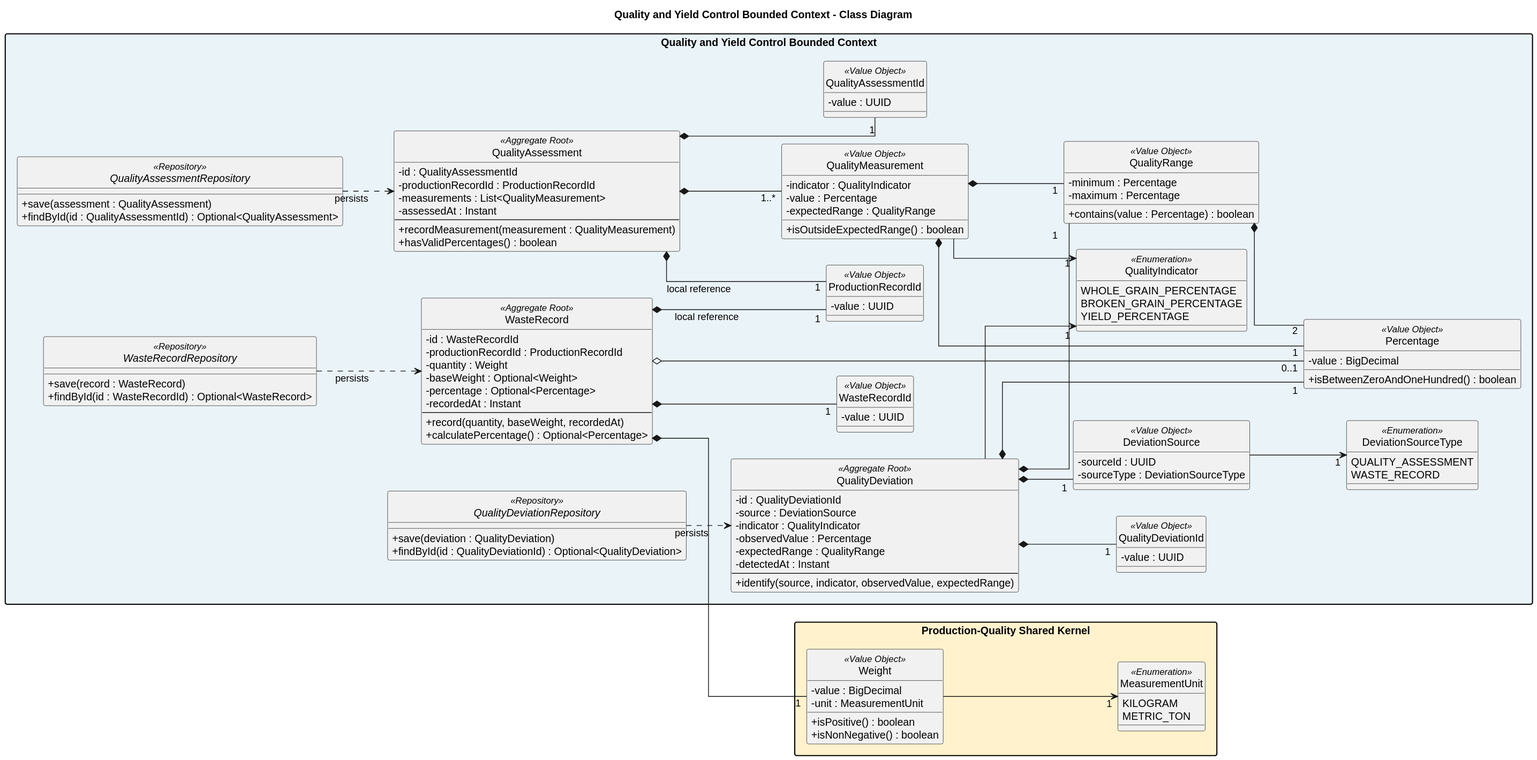
Earlier version of the PlantUML export assets/Images Chapter 4/Software Object-Oriented Design/Class Diagrams/quality-yield-control-class-diagram.svg (Vanguard-app-web/molinex-report). Its diagram source:
```plantuml
@startuml
title Quality and Yield Control Bounded Context - Class Diagram
left to right direction
hide circle
skinparam classAttributeIconSize 0
skinparam shadowing false
skinparam linetype ortho
skinparam packageStyle rectangle

package "Production-Quality Shared Kernel" #FFF2CC {
  class Weight <<Value Object>> {
    -value : BigDecimal
    -unit : MeasurementUnit
    +isPositive() : boolean
    +isNonNegative() : boolean
  }

  enum MeasurementUnit <<Enumeration>> {
    KILOGRAM
    METRIC_TON
  }
}

package "Quality and Yield Control Bounded Context" #EAF3F8 {
  class QualityAssessment <<Aggregate Root>> {
    -id : QualityAssessmentId
    -productionRecordId : ProductionRecordId
    -measurements : List<QualityMeasurement>
    -assessedAt : Instant
    --
    +recordMeasurement(measurement : QualityMeasurement)
    +hasValidPercentages() : boolean
  }

  class WasteRecord <<Aggregate Root>> {
    -id : WasteRecordId
    -productionRecordId : ProductionRecordId
    -quantity : Weight
    -baseWeight : Optional<Weight>
    -percentage : Optional<Percentage>
    -recordedAt : Instant
    --
    +record(quantity, baseWeight, recordedAt)
    +calculatePercentage() : Optional<Percentage>
  }

  class QualityDeviation <<Aggregate Root>> {
    -id : QualityDeviationId
    -source : DeviationSource
    -indicator : QualityIndicator
    -observedValue : Percentage
    -expectedRange : QualityRange
    -detectedAt : Instant
    --
    +identify(source, indicator, observedValue, expectedRange)
  }

  class QualityAssessmentId <<Value Object>> {
    -value : UUID
  }
  class WasteRecordId <<Value Object>> {
    -value : UUID
  }
  class QualityDeviationId <<Value Object>> {
    -value : UUID
  }
  class ProductionRecordId <<Value Object>> {
    -value : UUID
  }

  class QualityMeasurement <<Value Object>> {
    -indicator : QualityIndicator
    -value : Percentage
    -expectedRange : QualityRange
    +isOutsideExpectedRange() : boolean
  }
  class Percentage <<Value Object>> {
    -value : BigDecimal
    +isBetweenZeroAndOneHundred() : boolean
  }
  class QualityRange <<Value Object>> {
    -minimum : Percentage
    -maximum : Percentage
    +contains(value : Percentage) : boolean
  }
  class DeviationSource <<Value Object>> {
    -sourceId : UUID
    -sourceType : DeviationSourceType
  }
  enum QualityIndicator <<Enumeration>> {
    WHOLE_GRAIN_PERCENTAGE
    BROKEN_GRAIN_PERCENTAGE
    YIELD_PERCENTAGE
  }
  enum DeviationSourceType <<Enumeration>> {
    QUALITY_ASSESSMENT
    WASTE_RECORD
  }

  interface QualityAssessmentRepository <<Repository>> {
    +save(assessment : QualityAssessment)
    +findById(id : QualityAssessmentId) : Optional<QualityAssessment>
  }
  interface WasteRecordRepository <<Repository>> {
    +save(record : WasteRecord)
    +findById(id : WasteRecordId) : Optional<WasteRecord>
  }
  interface QualityDeviationRepository <<Repository>> {
    +save(deviation : QualityDeviation)
    +findById(id : QualityDeviationId) : Optional<QualityDeviation>
  }
}

QualityAssessment *-- "1" QualityAssessmentId
QualityAssessment *-- "1" ProductionRecordId : local reference
QualityAssessment *-- "1..*" QualityMeasurement
QualityMeasurement *-- "1" Percentage
QualityMeasurement *-- "1" QualityRange
QualityMeasurement --> "1" QualityIndicator
QualityRange *-- "2" Percentage
WasteRecord *-- "1" WasteRecordId
WasteRecord *-- "1" ProductionRecordId : local reference
WasteRecord *-- "1" Weight
WasteRecord o-- "0..1" Percentage
QualityDeviation *-- "1" QualityDeviationId
QualityDeviation *-- "1" DeviationSource
QualityDeviation *-- "1" Percentage
QualityDeviation *-- "1" QualityRange
QualityDeviation --> "1" QualityIndicator
DeviationSource --> "1" DeviationSourceType
Weight --> "1" MeasurementUnit
QualityAssessmentRepository ..> QualityAssessment : persists
WasteRecordRepository ..> WasteRecord : persists
QualityDeviationRepository ..> QualityDeviation : persists
@enduml
```
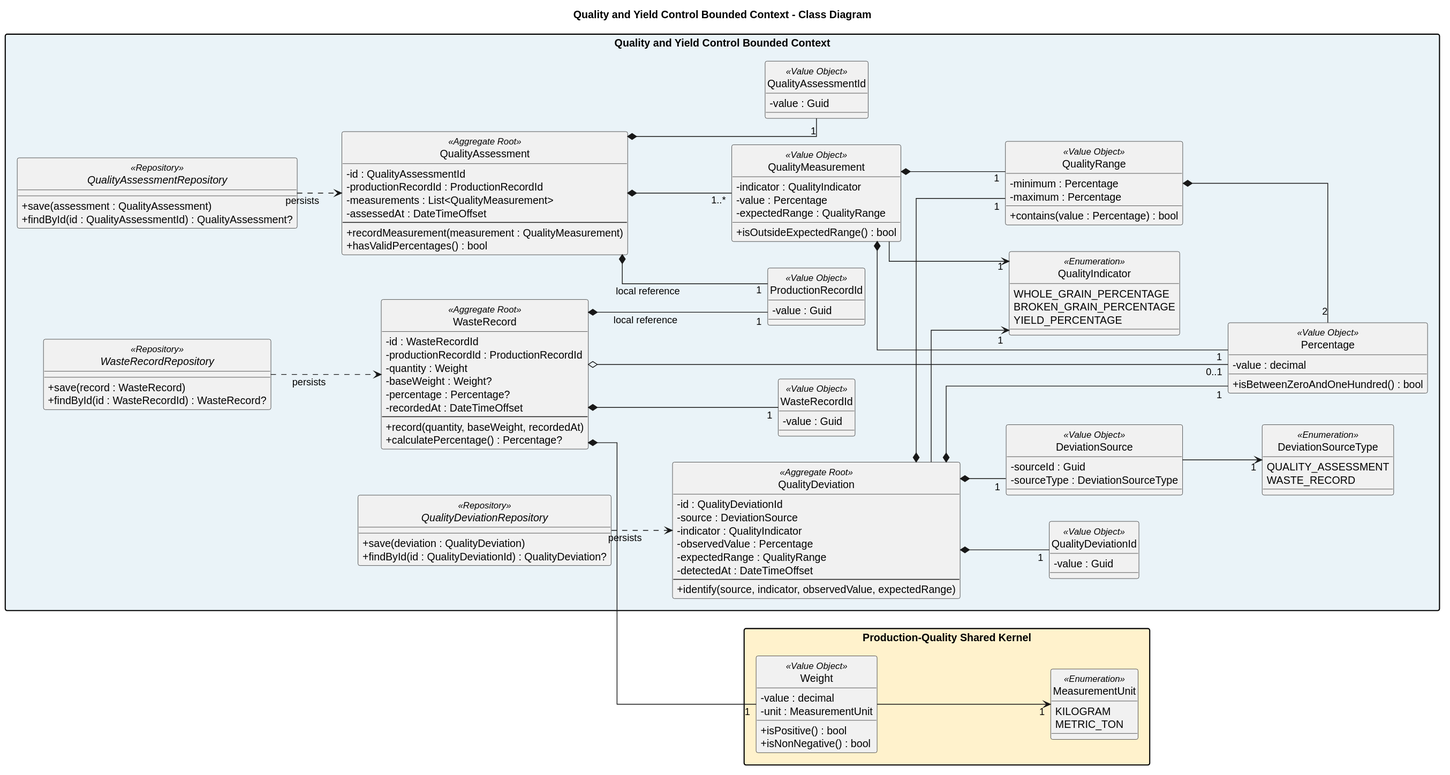
After the change.

Change to the diagram source:
```diff
@@ -9,10 +9,10 @@
 
 package "Production-Quality Shared Kernel" #FFF2CC {
   class Weight <<Value Object>> {
-    -value : BigDecimal
+    -value : decimal
     -unit : MeasurementUnit
-    +isPositive() : boolean
-    +isNonNegative() : boolean
+    +isPositive() : bool
+    +isNonNegative() : bool
   }
 
   enum MeasurementUnit <<Enumeration>> {
@@ -26,22 +26,22 @@
     -id : QualityAssessmentId
     -productionRecordId : ProductionRecordId
     -measurements : List<QualityMeasurement>
-    -assessedAt : Instant
+    -assessedAt : DateTimeOffset
     --
     +recordMeasurement(measurement : QualityMeasurement)
-    +hasValidPercentages() : boolean
+    +hasValidPercentages() : bool
   }
 
   class WasteRecord <<Aggregate Root>> {
     -id : WasteRecordId
     -productionRecordId : ProductionRecordId
     -quantity : Weight
-    -baseWeight : Optional<Weight>
-    -percentage : Optional<Percentage>
-    -recordedAt : Instant
+    -baseWeight : Weight?
+    -percentage : Percentage?
+    -recordedAt : DateTimeOffset
     --
     +record(quantity, baseWeight, recordedAt)
-    +calculatePercentage() : Optional<Percentage>
+    +calculatePercentage() : Percentage?
   }
 
   class QualityDeviation <<Aggregate Root>> {
@@ -50,41 +50,41 @@
     -indicator : QualityIndicator
     -observedValue : Percentage
     -expectedRange : QualityRange
-    -detectedAt : Instant
+    -detectedAt : DateTimeOffset
     --
     +identify(source, indicator, observedValue, expectedRange)
   }
 
   class QualityAssessmentId <<Value Object>> {
-    -value : UUID
+    -value : Guid
   }
   class WasteRecordId <<Value Object>> {
-    -value : UUID
+    -value : Guid
   }
   class QualityDeviationId <<Value Object>> {
-    -value : UUID
+    -value : Guid
   }
   class ProductionRecordId <<Value Object>> {
-    -value : UUID
+    -value : Guid
   }
 
   class QualityMeasurement <<Value Object>> {
     -indicator : QualityIndicator
     -value : Percentage
     -expectedRange : QualityRange
-    +isOutsideExpectedRange() : boolean
+    +isOutsideExpectedRange() : bool
   }
   class Percentage <<Value Object>> {
-    -value : BigDecimal
-    +isBetweenZeroAndOneHundred() : boolean
+    -value : decimal
+    +isBetweenZeroAndOneHundred() : bool
   }
   class QualityRange <<Value Object>> {
     -minimum : Percentage
     -maximum : Percentage
-    +contains(value : Percentage) : boolean
+    +contains(value : Percentage) : bool
   }
   class DeviationSource <<Value Object>> {
-    -sourceId : UUID
+    -sourceId : Guid
     -sourceType : DeviationSourceType
   }
   enum QualityIndicator <<Enumeration>> {
@@ -99,15 +99,15 @@
 
   interface QualityAssessmentRepository <<Repository>> {
     +save(assessment : QualityAssessment)
-    +findById(id : QualityAssessmentId) : Optional<QualityAssessment>
+    +findById(id : QualityAssessmentId) : QualityAssessment?
   }
   interface WasteRecordRepository <<Repository>> {
     +save(record : WasteRecord)
-    +findById(id : WasteRecordId) : Optional<WasteRecord>
+    +findById(id : WasteRecordId) : WasteRecord?
   }
   interface QualityDeviationRepository <<Repository>> {
     +save(deviation : QualityDeviation)
-    +findById(id : QualityDeviationId) : Optional<QualityDeviation>
+    +findById(id : QualityDeviationId) : QualityDeviation?
   }
 }
 
```
